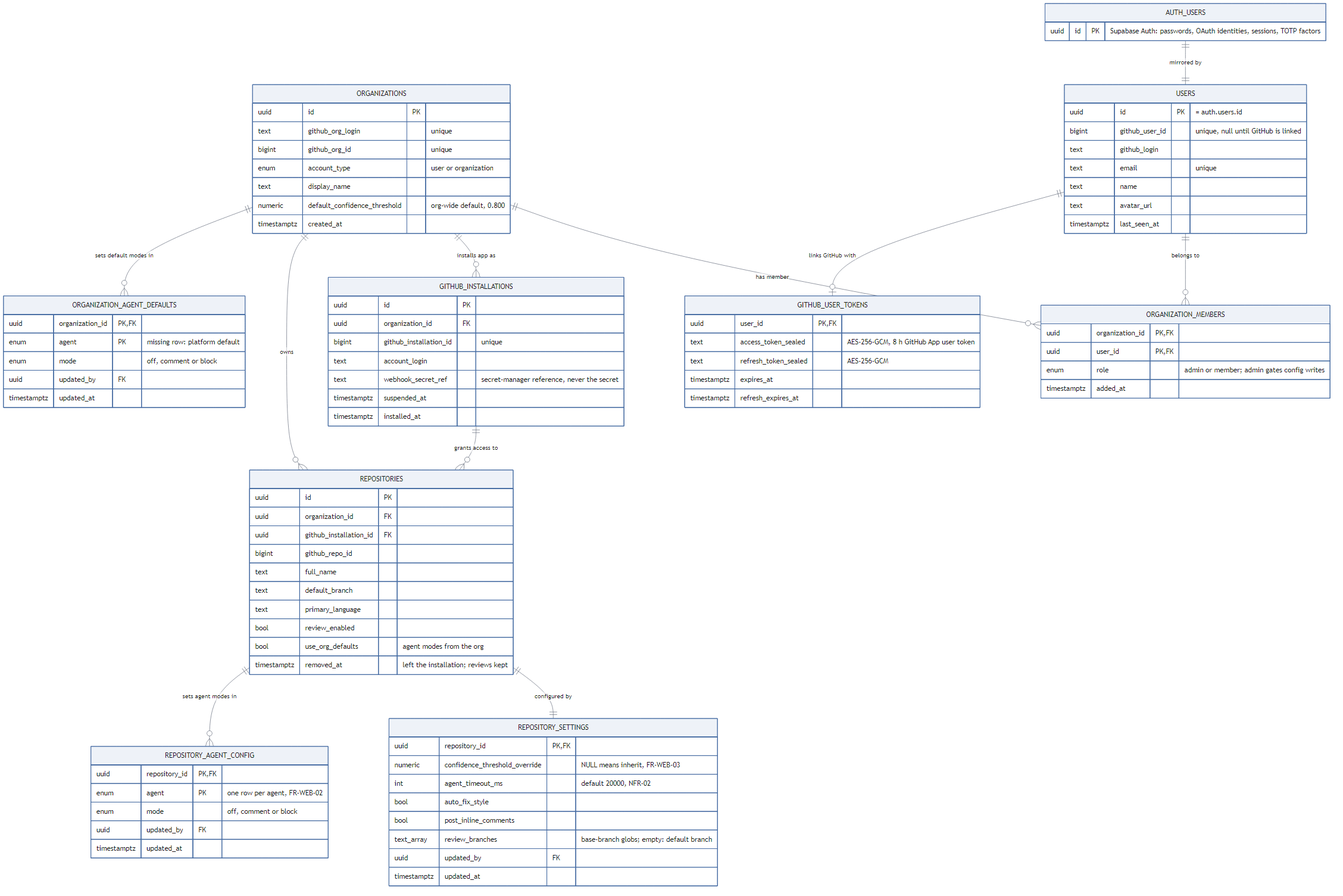
Before: docs/design/diagrams/er_identity.png, a diagram exported from Mermaid (sumit-0804/CodeSentinel). Its source is kept beside it as docs/design/diagrams/mermaid/er_identity.mmd.
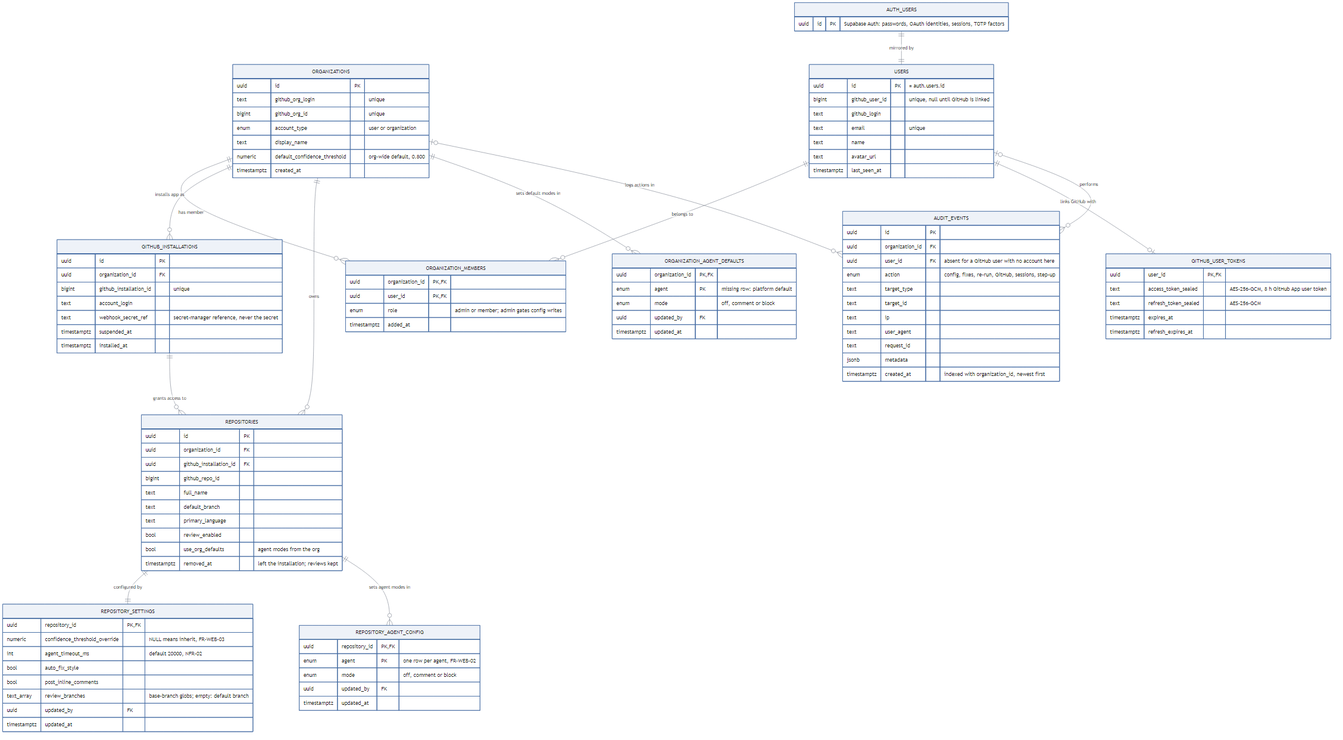
The same file after the commit.

Commit message:
Specify sessions, health and audit

The edit, as a diff of the source:
```diff
@@ -10,6 +10,8 @@
     REPOSITORIES  ||--|| REPOSITORY_SETTINGS    : "configured by"
     REPOSITORIES  ||--o{ REPOSITORY_AGENT_CONFIG : "sets agent modes in"
     ORGANIZATIONS ||--o{ ORGANIZATION_AGENT_DEFAULTS : "sets default modes in"
+    ORGANIZATIONS |o--o{ AUDIT_EVENTS            : "logs actions in"
+    USERS         |o--o{ AUDIT_EVENTS            : "performs"
 
     ORGANIZATIONS {
         uuid        id                           PK
@@ -99,3 +101,17 @@
         uuid        updated_by    FK
         timestamptz updated_at
     }
+
+    AUDIT_EVENTS {
+        uuid        id              PK
+        uuid        organization_id FK
+        uuid        user_id         FK "absent for a GitHub user with no account here"
+        enum        action          "config, fixes, re-run, GitHub, sessions, step-up"
+        text        target_type
+        text        target_id
+        text        ip
+        text        user_agent
+        text        request_id
+        jsonb       metadata
+        timestamptz created_at      "indexed with organization_id, newest first"
+    }
```
